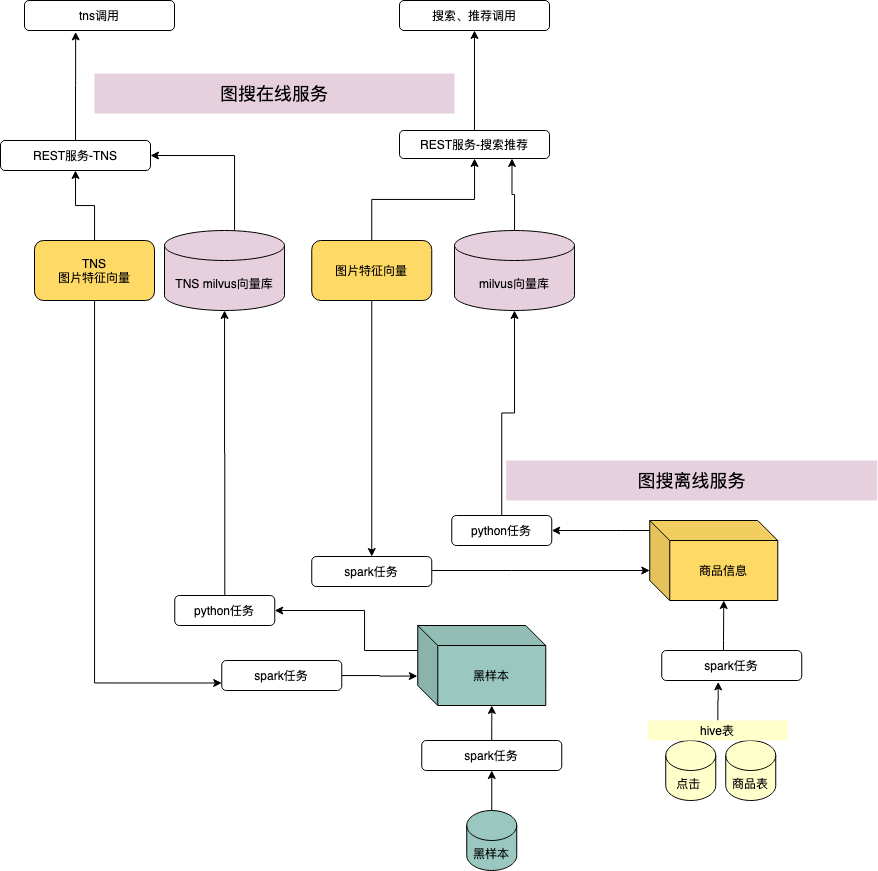
Before: 图搜架构.png, a diagram exported from draw.io (larry88/spark_da). Source tidied: cells renumbered, new cells last; positions are measured from the earlier drawing's top-left corner, leaving out a move shared by most shapes.
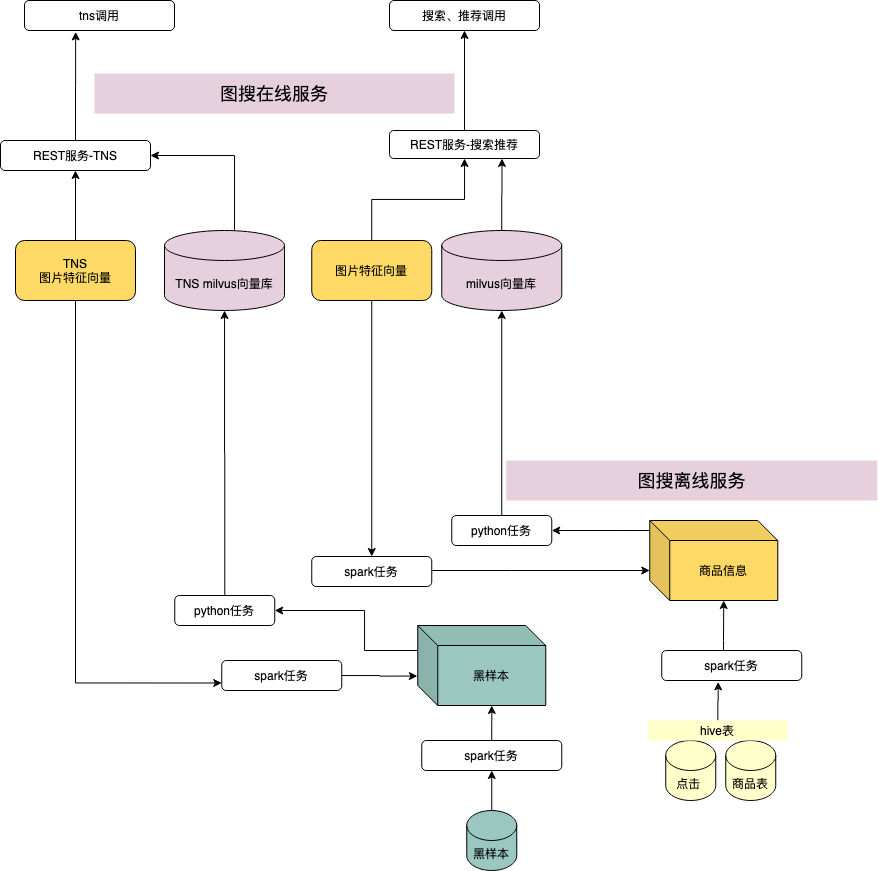
The same file after the commit.

What changed in the source:
```diff
@@ -11,17 +11,17 @@
     <mxCell id="4" value="REST服务-TNS" style="rounded=1;whiteSpace=wrap;html=1;" parent="1" vertex="1">
       <mxGeometry y="140" width="150" height="30" as="geometry" />
     </mxCell>
-    <mxCell id="5" style="edgeStyle=orthogonalEdgeStyle;rounded=0;jettySize=auto;html=1;entryX=0.5;entryY=1;entryDx=0;entryDy=0;" parent="1" edge="1" source="6" target="12">
+    <mxCell id="5" style="edgeStyle=orthogonalEdgeStyle;rounded=0;jettySize=auto;html=1;" parent="1" edge="1" source="6" target="12">
       <mxGeometry relative="1" as="geometry" />
     </mxCell>
     <mxCell id="6" value="&lt;span&gt;REST服务-搜索推荐&lt;/span&gt;" style="rounded=1;whiteSpace=wrap;html=1;" parent="1" vertex="1">
-      <mxGeometry x="399" y="130" width="150" height="28" as="geometry" />
+      <mxGeometry x="389" y="130" width="150" height="28" as="geometry" />
     </mxCell>
     <mxCell id="7" style="edgeStyle=orthogonalEdgeStyle;rounded=0;jettySize=auto;html=1;entryX=0.75;entryY=1;entryDx=0;entryDy=0;" parent="1" edge="1" source="8" target="6">
       <mxGeometry relative="1" as="geometry" />
     </mxCell>
     <mxCell id="8" value="milvus向量库" style="shape=cylinder3;whiteSpace=wrap;html=1;boundedLbl=1;backgroundOutline=1;size=15;fillColor=#E6D0DE;" parent="1" vertex="1">
-      <mxGeometry x="454" y="230" width="120" height="80" as="geometry" />
+      <mxGeometry x="441.2" y="230" width="120" height="80" as="geometry" />
     </mxCell>
     <mxCell id="9" value="&lt;font style=&quot;font-size: 18px&quot;&gt;图搜离线服务&lt;/font&gt;" style="text;html=1;strokeColor=none;fillColor=#E6D0DE;align=center;verticalAlign=middle;whiteSpace=wrap;rounded=0;" parent="1" vertex="1">
       <mxGeometry x="505.8" y="460" width="371" height="40" as="geometry" />
@@ -33,7 +33,7 @@
       <mxGeometry x="725.2" y="740" width="50" height="60" as="geometry" />
     </mxCell>
     <mxCell id="12" value="搜索、推荐调用" style="rounded=1;whiteSpace=wrap;html=1;" parent="1" vertex="1">
-      <mxGeometry x="399" width="150" height="30" as="geometry" />
+      <mxGeometry x="389" width="150" height="30" as="geometry" />
     </mxCell>
     <mxCell id="13" style="edgeStyle=orthogonalEdgeStyle;rounded=0;jettySize=auto;html=1;entryX=0.403;entryY=1.047;entryDx=0;entryDy=0;entryPerimeter=0;" parent="1" edge="1" source="14" target="16">
       <mxGeometry relative="1" as="geometry" />
@@ -83,7 +83,7 @@
     <mxCell id="23" value="spark任务" style="rounded=1;whiteSpace=wrap;html=1;" parent="1" vertex="1">
       <mxGeometry x="311.2" y="556" width="120" height="30" as="geometry" />
     </mxCell>
-    <mxCell id="24" style="edgeStyle=orthogonalEdgeStyle;rounded=0;jettySize=auto;html=1;entryX=0.5;entryY=1;entryDx=0;entryDy=0;entryPerimeter=0;" parent="1" edge="1" source="25" target="8">
+    <mxCell id="24" style="edgeStyle=orthogonalEdgeStyle;rounded=0;jettySize=auto;html=1;" parent="1" edge="1" source="25" target="8">
       <mxGeometry relative="1" as="geometry" />
     </mxCell>
     <mxCell id="25" value="python任务" style="rounded=1;whiteSpace=wrap;html=1;" parent="1" vertex="1">
@@ -117,12 +117,12 @@
     <mxCell id="33" style="edgeStyle=orthogonalEdgeStyle;rounded=0;jettySize=auto;html=1;entryX=0;entryY=0.75;entryDx=0;entryDy=0;" parent="1" edge="1" source="34" target="27">
       <mxGeometry relative="1" as="geometry">
         <Array as="points">
-          <mxPoint x="94" y="682" />
+          <mxPoint x="75" y="682" />
         </Array>
       </mxGeometry>
     </mxCell>
     <mxCell id="34" value="TNS&lt;br&gt;图片特征向量" style="rounded=1;whiteSpace=wrap;html=1;fillColor=#FFD966;" parent="1" vertex="1">
-      <mxGeometry x="34" y="240" width="120" height="60" as="geometry" />
+      <mxGeometry x="15" y="240" width="120" height="60" as="geometry" />
     </mxCell>
     <mxCell id="35" value="tns调用" style="rounded=1;whiteSpace=wrap;html=1;" parent="1" vertex="1">
       <mxGeometry x="24" width="150" height="30" as="geometry" />
```
